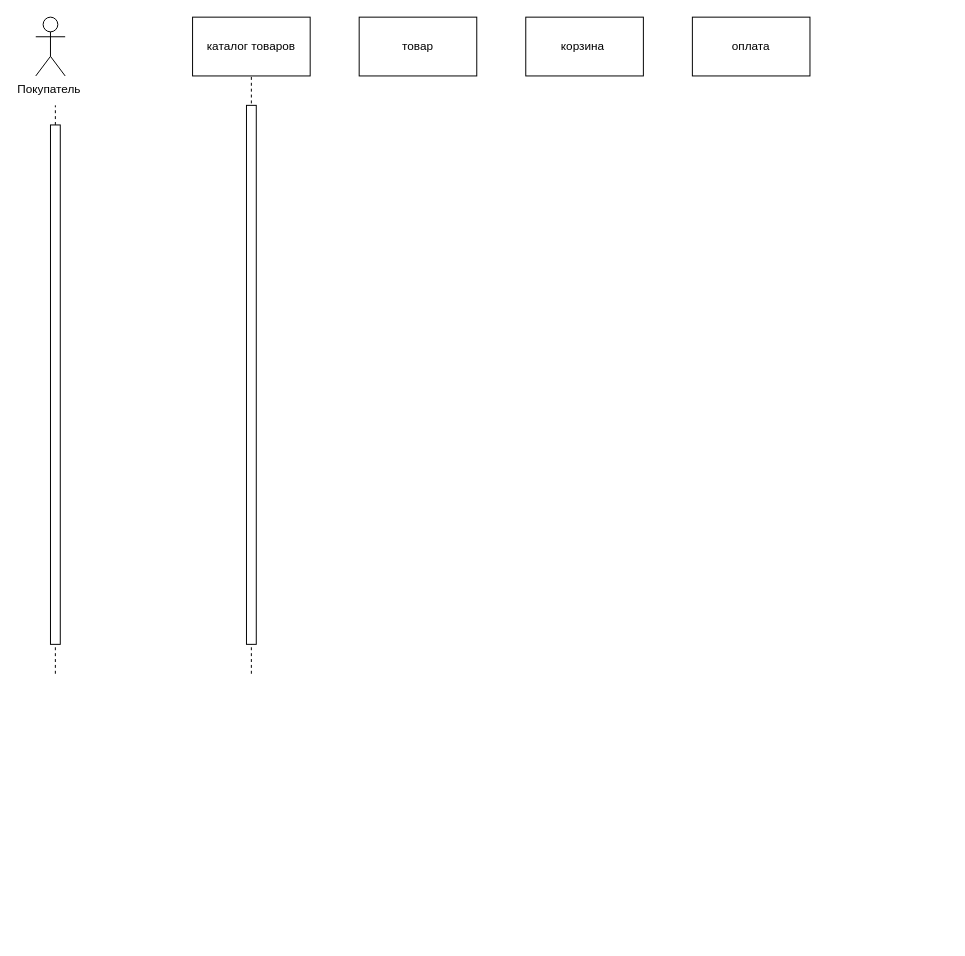
Earlier version of the draw.io diagram диаграмма последовательности.drawio (Inferno20055/dlia-sebia). Source tidied: cells renumbered, new cells numbered last; positions are measured from the earlier drawing's top-left corner, leaving out a move shared by most shapes. Both pictures are drawn from the tidied source at 98%, with x=0, y=0 at pixel (35, 17).
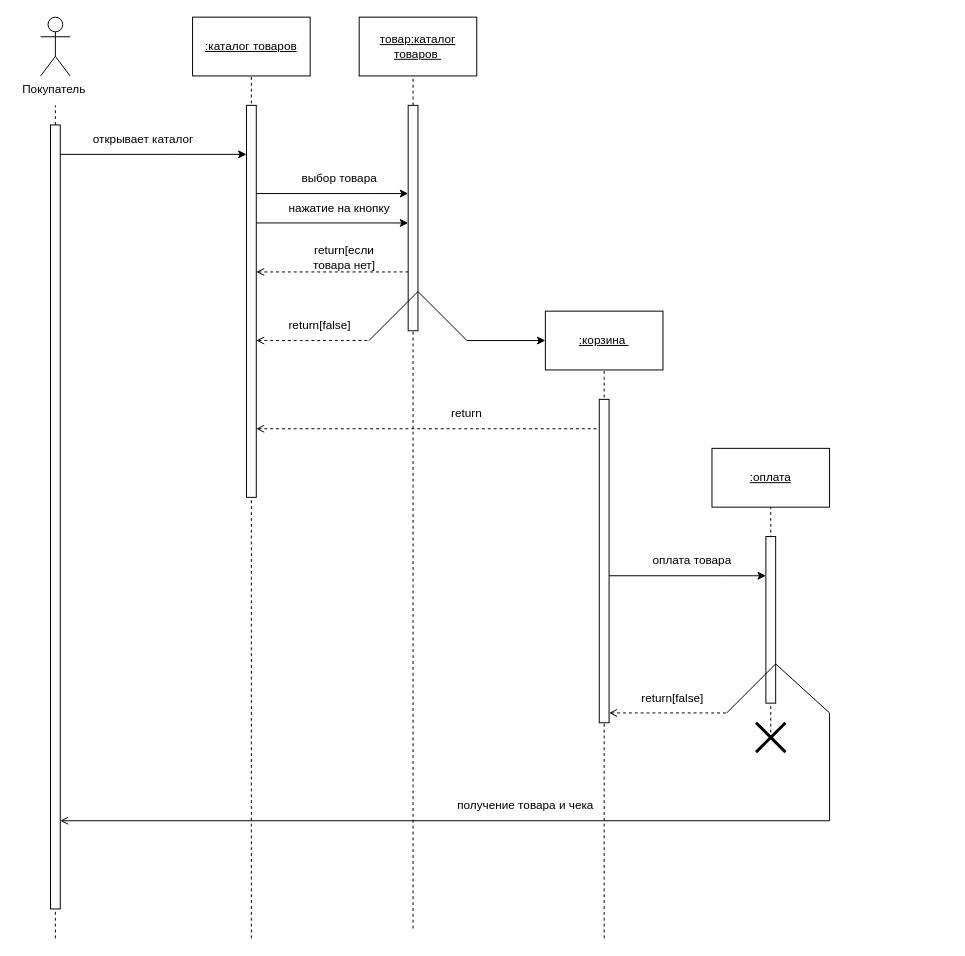
Above is the later version.

Change to the diagram source:
```diff
@@
     <mxCell id="2" value="Покупатель&amp;nbsp;" style="shape=umlActor;verticalLabelPosition=bottom;verticalAlign=top;html=1;" parent="1" vertex="1">
-      <mxGeometry width="30" height="60" as="geometry" />
+      <mxGeometry x="5" width="30" height="60" as="geometry" />
     </mxCell>
@@
     <mxCell id="4" style="endArrow=none;dashed=1;html=1;rounded=0;" parent="1" edge="1" target="5">
       <mxGeometry relative="1" as="geometry">
-        <mxPoint x="20" y="670" as="sourcePoint" />
+        <mxPoint x="20" y="940" as="sourcePoint" />
       </mxGeometry>
     </mxCell>
     <mxCell id="5" style="html=1;points=[[0,0,0,0,5],[0,1,0,0,-5],[1,0,0,0,5],[1,1,0,0,-5]];perimeter=orthogonalPerimeter;outlineConnect=0;targetShapes=umlLifeline;portConstraint=eastwest;newEdgeStyle={&quot;curved&quot;:0,&quot;rounded&quot;:0};" parent="1" vertex="1">
-      <mxGeometry x="15" y="110" width="10" height="530" as="geometry" />
+      <mxGeometry x="15" y="110" width="10" height="800" as="geometry" />
     </mxCell>
-    <mxCell id="6" value="каталог товаров" style="rounded=0;whiteSpace=wrap;html=1;" parent="1" vertex="1">
+    <mxCell id="6" value="&lt;u&gt;:каталог товаров&lt;/u&gt;" style="rounded=0;whiteSpace=wrap;html=1;" parent="1" vertex="1">
       <mxGeometry x="160" width="120" height="60" as="geometry" />
     </mxCell>
-    <mxCell id="7" value="товар" style="rounded=0;whiteSpace=wrap;html=1;" parent="1" vertex="1">
+    <mxCell id="7" value="&lt;u&gt;товар:каталог товаров&amp;nbsp;&lt;/u&gt;" style="rounded=0;whiteSpace=wrap;html=1;" parent="1" vertex="1">
       <mxGeometry x="330" width="120" height="60" as="geometry" />
     </mxCell>
-    <mxCell id="8" value="корзина&amp;nbsp;" style="rounded=0;whiteSpace=wrap;html=1;" parent="1" vertex="1">
-      <mxGeometry x="500" width="120" height="60" as="geometry" />
+    <mxCell id="8" value="&lt;u&gt;:корзина&amp;nbsp;&lt;/u&gt;" style="rounded=0;whiteSpace=wrap;html=1;" parent="1" vertex="1">
+      <mxGeometry x="520" y="300" width="120" height="60" as="geometry" />
     </mxCell>
-    <mxCell id="9" value="оплата" style="rounded=0;whiteSpace=wrap;html=1;" parent="1" vertex="1">
-      <mxGeometry x="670" width="120" height="60" as="geometry" />
+    <mxCell id="9" value="&lt;u&gt;:оплата&lt;/u&gt;" style="rounded=0;whiteSpace=wrap;html=1;" parent="1" vertex="1">
+      <mxGeometry x="690" y="440" width="120" height="60" as="geometry" />
     </mxCell>
     <mxCell id="10" style="endArrow=none;dashed=1;html=1;rounded=0;" parent="1" edge="1">
       <mxGeometry relative="1" as="geometry">
-        <mxPoint x="220" y="670" as="sourcePoint" />
+        <mxPoint x="220" y="940" as="sourcePoint" />
         <mxPoint x="220" y="60" as="targetPoint" />
       </mxGeometry>
     </mxCell>
     <mxCell id="11" style="html=1;points=[[0,0,0,0,5],[0,1,0,0,-5],[1,0,0,0,5],[1,1,0,0,-5]];perimeter=orthogonalPerimeter;outlineConnect=0;targetShapes=umlLifeline;portConstraint=eastwest;newEdgeStyle={&quot;curved&quot;:0,&quot;rounded&quot;:0};" parent="1" vertex="1">
-      <mxGeometry x="215" y="90" width="10" height="550" as="geometry" />
+      <mxGeometry x="215" y="90" width="10" height="400" as="geometry" />
     </mxCell>
+    <mxCell id="12" style="endArrow=classic;html=1;rounded=0;" parent="1" edge="1" source="5" target="11">
+      <mxGeometry relative="1" as="geometry">
+        <Array as="points">
+          <mxPoint x="140" y="140" />
+        </Array>
+      </mxGeometry>
+    </mxCell>
+    <mxCell id="13" value="открывает каталог" style="text;strokeColor=none;align=center;fillColor=none;html=1;verticalAlign=middle;whiteSpace=wrap;rounded=0;" parent="1" vertex="1">
+      <mxGeometry x="50" y="110" width="120" height="30" as="geometry" />
+    </mxCell>
+    <mxCell id="14" style="endArrow=none;dashed=1;html=1;rounded=0;" parent="1" edge="1">
+      <mxGeometry relative="1" as="geometry">
+        <mxPoint x="385" y="930" as="sourcePoint" />
+        <mxPoint x="385" y="60" as="targetPoint" />
+      </mxGeometry>
+    </mxCell>
+    <mxCell id="15" style="html=1;points=[[0,0,0,0,5],[0,1,0,0,-5],[1,0,0,0,5],[1,1,0,0,-5]];perimeter=orthogonalPerimeter;outlineConnect=0;targetShapes=umlLifeline;portConstraint=eastwest;newEdgeStyle={&quot;curved&quot;:0,&quot;rounded&quot;:0};" parent="1" vertex="1">
+      <mxGeometry x="380" y="90" width="10" height="230" as="geometry" />
+    </mxCell>
+    <mxCell id="16" style="endArrow=none;dashed=1;html=1;rounded=0;" parent="1" edge="1">
+      <mxGeometry relative="1" as="geometry">
+        <mxPoint x="580" y="940" as="sourcePoint" />
+        <mxPoint x="580" y="360" as="targetPoint" />
+      </mxGeometry>
+    </mxCell>
+    <mxCell id="17" style="html=1;points=[[0,0,0,0,5],[0,1,0,0,-5],[1,0,0,0,5],[1,1,0,0,-5]];perimeter=orthogonalPerimeter;outlineConnect=0;targetShapes=umlLifeline;portConstraint=eastwest;newEdgeStyle={&quot;curved&quot;:0,&quot;rounded&quot;:0};" parent="1" vertex="1">
+      <mxGeometry x="575" y="390" width="10" height="330" as="geometry" />
+    </mxCell>
+    <mxCell id="18" style="endArrow=none;dashed=1;html=1;rounded=0;" parent="1" edge="1">
+      <mxGeometry relative="1" as="geometry">
+        <mxPoint x="750" y="730" as="sourcePoint" />
+        <mxPoint x="750" y="500" as="targetPoint" />
+      </mxGeometry>
+    </mxCell>
+    <mxCell id="19" style="html=1;perimeter=orthogonalPerimeter;targetShapes=umlLifeline;newEdgeStyle={&quot;curved&quot;:0,&quot;rounded&quot;:0};" parent="1" vertex="1">
+      <mxGeometry x="745" y="530" width="10" height="170" as="geometry" />
+    </mxCell>
+    <mxCell id="20" style="endArrow=classic;html=1;rounded=0;" parent="1" edge="1" target="15">
+      <mxGeometry relative="1" as="geometry">
+        <mxPoint x="225" y="180" as="sourcePoint" />
+        <Array as="points">
+          <mxPoint x="340" y="180" />
+        </Array>
+      </mxGeometry>
+    </mxCell>
+    <mxCell id="21" value="выбор товара" style="text;strokeColor=none;align=center;fillColor=none;html=1;verticalAlign=middle;whiteSpace=wrap;rounded=0;" parent="1" vertex="1">
+      <mxGeometry x="250" y="150" width="120" height="30" as="geometry" />
+    </mxCell>
+    <mxCell id="22" style="endArrow=none;dashed=1;html=1;rounded=0;startArrow=open;startFill=0;" parent="1" edge="1">
+      <mxGeometry relative="1" as="geometry">
+        <mxPoint x="225" y="260" as="sourcePoint" />
+        <mxPoint x="380" y="260" as="targetPoint" />
+        <Array as="points">
+          <mxPoint x="310" y="260" />
+        </Array>
+      </mxGeometry>
+    </mxCell>
+    <mxCell id="23" value="return[если товара нет]" style="text;strokeColor=none;align=center;fillColor=none;html=1;verticalAlign=middle;whiteSpace=wrap;rounded=0;" parent="1" vertex="1">
+      <mxGeometry x="280" y="230" width="70" height="30" as="geometry" />
+    </mxCell>
+    <mxCell id="24" style="endArrow=none;html=1;rounded=0;" parent="1" edge="1">
+      <mxGeometry relative="1" as="geometry">
+        <mxPoint x="340" y="330" as="sourcePoint" />
+        <mxPoint x="390" y="280" as="targetPoint" />
+      </mxGeometry>
+    </mxCell>
+    <mxCell id="25" style="endArrow=none;html=1;rounded=0;" parent="1" edge="1">
+      <mxGeometry relative="1" as="geometry">
+        <mxPoint x="440" y="330" as="sourcePoint" />
+        <mxPoint x="390" y="280" as="targetPoint" />
+      </mxGeometry>
+    </mxCell>
+    <mxCell id="26" style="endArrow=none;dashed=1;html=1;rounded=0;startArrow=open;startFill=0;" parent="1" edge="1" source="11">
+      <mxGeometry relative="1" as="geometry">
+        <mxPoint x="340" y="330" as="targetPoint" />
+        <Array as="points">
+          <mxPoint x="270" y="330" />
+        </Array>
+      </mxGeometry>
+    </mxCell>
+    <mxCell id="27" value="return[false]" style="text;strokeColor=none;align=center;fillColor=none;html=1;verticalAlign=middle;whiteSpace=wrap;rounded=0;" parent="1" vertex="1">
+      <mxGeometry x="260" y="300" width="60" height="30" as="geometry" />
+    </mxCell>
+    <mxCell id="28" value="нажатие на кнопку" style="text;strokeColor=none;align=center;fillColor=none;html=1;verticalAlign=middle;whiteSpace=wrap;rounded=0;" parent="1" vertex="1">
+      <mxGeometry x="250" y="180" width="120" height="30" as="geometry" />
+    </mxCell>
+    <mxCell id="29" style="endArrow=classic;html=1;rounded=0;" parent="1" edge="1">
+      <mxGeometry relative="1" as="geometry">
+        <mxPoint x="225" y="210" as="sourcePoint" />
+        <mxPoint x="380" y="210" as="targetPoint" />
+        <Array as="points">
+          <mxPoint x="340" y="210" />
+        </Array>
+      </mxGeometry>
+    </mxCell>
+    <mxCell id="30" style="endArrow=classic;html=1;rounded=0;" parent="1" edge="1" target="8">
+      <mxGeometry relative="1" as="geometry">
+        <mxPoint x="440" y="330" as="sourcePoint" />
+      </mxGeometry>
+    </mxCell>
+    <mxCell id="31" style="endArrow=none;dashed=1;html=1;rounded=0;startArrow=open;startFill=0;" parent="1" edge="1" source="11">
+      <mxGeometry relative="1" as="geometry">
+        <mxPoint x="575" y="420" as="targetPoint" />
+        <Array as="points">
+          <mxPoint x="505" y="420" />
+        </Array>
+      </mxGeometry>
+    </mxCell>
+    <mxCell id="32" value="return" style="text;strokeColor=none;align=center;fillColor=none;html=1;verticalAlign=middle;whiteSpace=wrap;rounded=0;" parent="1" vertex="1">
+      <mxGeometry x="410" y="390" width="60" height="30" as="geometry" />
+    </mxCell>
+    <mxCell id="33" style="endArrow=classic;html=1;rounded=0;" parent="1" edge="1">
+      <mxGeometry relative="1" as="geometry">
+        <mxPoint x="585" y="570" as="sourcePoint" />
+        <mxPoint x="745" y="570" as="targetPoint" />
+        <Array as="points">
+          <mxPoint x="700" y="570" />
+        </Array>
+      </mxGeometry>
+    </mxCell>
+    <mxCell id="34" value="оплата товара" style="text;strokeColor=none;align=center;fillColor=none;html=1;verticalAlign=middle;whiteSpace=wrap;rounded=0;" parent="1" vertex="1">
+      <mxGeometry x="610" y="540" width="120" height="30" as="geometry" />
+    </mxCell>
+    <mxCell id="35" style="endArrow=none;html=1;rounded=0;" parent="1" edge="1">
+      <mxGeometry relative="1" as="geometry">
+        <mxPoint x="705" y="710" as="sourcePoint" />
+        <mxPoint x="755" y="660" as="targetPoint" />
+      </mxGeometry>
+    </mxCell>
+    <mxCell id="36" style="endArrow=none;html=1;rounded=0;" parent="1" edge="1">
+      <mxGeometry relative="1" as="geometry">
+        <mxPoint x="810" y="710" as="sourcePoint" />
+        <mxPoint x="755" y="660" as="targetPoint" />
+      </mxGeometry>
+    </mxCell>
+    <mxCell id="37" style="endArrow=none;dashed=1;html=1;rounded=0;startArrow=open;startFill=0;" parent="1" edge="1" source="17">
+      <mxGeometry relative="1" as="geometry">
+        <mxPoint x="707" y="710" as="targetPoint" />
+      </mxGeometry>
+    </mxCell>
+    <mxCell id="38" value="return[false]" style="text;strokeColor=none;align=center;fillColor=none;html=1;verticalAlign=middle;whiteSpace=wrap;rounded=0;" parent="1" vertex="1">
+      <mxGeometry x="620" y="680" width="60" height="30" as="geometry" />
+    </mxCell>
+    <mxCell id="39" style="endArrow=none;html=1;rounded=0;startFill=0;" parent="1" edge="1">
+      <mxGeometry relative="1" as="geometry">
+        <mxPoint x="810" y="710" as="sourcePoint" />
+        <mxPoint x="810" y="820" as="targetPoint" />
+      </mxGeometry>
+    </mxCell>
+    <mxCell id="40" style="endArrow=none;html=1;rounded=0;startArrow=open;startFill=0;" parent="1" edge="1">
+      <mxGeometry relative="1" as="geometry">
+        <mxPoint x="25" y="820" as="sourcePoint" />
+        <mxPoint x="810" y="820" as="targetPoint" />
+      </mxGeometry>
+    </mxCell>
+    <mxCell id="41" value="получение товара и чека" style="text;strokeColor=none;align=center;fillColor=none;html=1;verticalAlign=middle;whiteSpace=wrap;rounded=0;" parent="1" vertex="1">
+      <mxGeometry x="390" y="790" width="220" height="30" as="geometry" />
+    </mxCell>
+    <mxCell id="42" style="shape=umlDestroy;whiteSpace=wrap;html=1;strokeWidth=3;targetShapes=umlLifeline;" parent="1" vertex="1">
+      <mxGeometry x="735" y="720" width="30" height="30" as="geometry" />
+    </mxCell>
+    <mxCell id="43" style="endArrow=none;dashed=1;html=1;rounded=0;" parent="1" edge="1">
+      <mxGeometry relative="1" as="geometry">
+        <mxPoint x="930" y="860" as="sourcePoint" />
+        <mxPoint x="930" y="860" as="targetPoint" />
+      </mxGeometry>
+    </mxCell>
```
